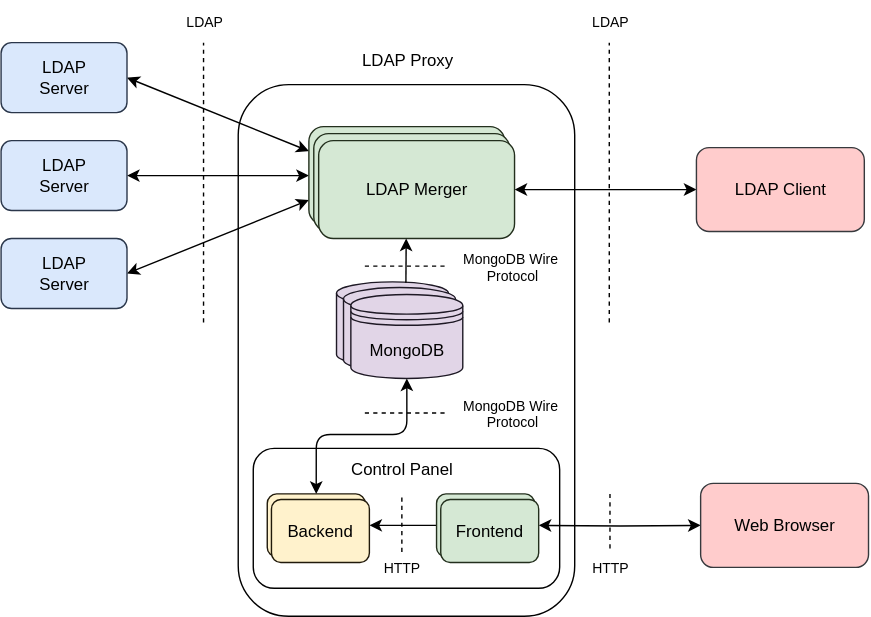
Before: reports/arch.drawio.svg, a diagram exported from draw.io (eutampieri/ldap-proxy). Source tidied: cells renumbered, new cells last; positions are measured from the earlier drawing's top-left corner, leaving out a move shared by most shapes. Source of this version:
```xml
<mxGraphModel>
  <root>
    <mxCell id="0" />
    <mxCell id="1" parent="0" />
    <mxCell id="2" style="rounded=1;whiteSpace=wrap;html=1;" parent="1" vertex="1">
      <mxGeometry x="169.5" y="60" width="240.5" height="380" as="geometry" />
    </mxCell>
    <mxCell id="3" style="shape=cylinder3;whiteSpace=wrap;html=1;boundedLbl=1;backgroundOutline=1;size=8.16664632161465;fillColor=#e1d5e7;strokeColor=#1E1925;" parent="1" vertex="1">
      <mxGeometry x="239.8" y="201" width="80" height="60" as="geometry" />
    </mxCell>
    <mxCell id="4" style="shape=cylinder3;whiteSpace=wrap;html=1;boundedLbl=1;backgroundOutline=1;size=8.16664632161465;fillColor=#e1d5e7;strokeColor=#1E1925;" parent="1" vertex="1">
      <mxGeometry x="244.8" y="205" width="80" height="60" as="geometry" />
    </mxCell>
    <mxCell id="5" value="MongoDB" style="shape=datastore;whiteSpace=wrap;html=1;fillColor=#e1d5e7;strokeColor=#1E1925;" parent="1" vertex="1">
      <mxGeometry x="250" y="210" width="80" height="60" as="geometry" />
    </mxCell>
    <mxCell id="6" style="rounded=0;jettySize=auto;html=1;entryX=1;entryY=0.5;entryDx=0;entryDy=0;exitX=0;exitY=0.25;exitDx=0;exitDy=0;startArrow=classic;startFill=1;" parent="1" edge="1" source="9" target="10">
      <mxGeometry relative="1" as="geometry" />
    </mxCell>
    <mxCell id="7" style="edgeStyle=orthogonalEdgeStyle;rounded=0;jettySize=auto;html=1;entryX=1;entryY=0.5;entryDx=0;entryDy=0;startArrow=classic;startFill=1;" parent="1" edge="1" source="9" target="11">
      <mxGeometry relative="1" as="geometry" />
    </mxCell>
    <mxCell id="8" style="rounded=0;jettySize=auto;html=1;entryX=1;entryY=0.5;entryDx=0;entryDy=0;exitX=0;exitY=0.75;exitDx=0;exitDy=0;startArrow=classic;startFill=1;" parent="1" edge="1" source="9" target="12">
      <mxGeometry relative="1" as="geometry" />
    </mxCell>
    <mxCell id="9" value="LDAP Merger" style="rounded=1;whiteSpace=wrap;html=1;fillColor=#d5e8d4;strokeColor=#232F1D;" parent="1" vertex="1">
      <mxGeometry x="220" y="90" width="140" height="70" as="geometry" />
    </mxCell>
    <mxCell id="10" value="LDAP&lt;br&gt;Server" style="rounded=1;whiteSpace=wrap;html=1;fillColor=#dae8fc;strokeColor=#2B374B;" parent="1" vertex="1">
      <mxGeometry y="30" width="90" height="50" as="geometry" />
    </mxCell>
    <mxCell id="11" value="LDAP&lt;br&gt;Server" style="rounded=1;whiteSpace=wrap;html=1;fillColor=#dae8fc;strokeColor=#2B374B;" parent="1" vertex="1">
      <mxGeometry y="100" width="90" height="50" as="geometry" />
    </mxCell>
    <mxCell id="12" value="LDAP&lt;br&gt;Server" style="rounded=1;whiteSpace=wrap;html=1;fillColor=#dae8fc;strokeColor=#2B374B;" parent="1" vertex="1">
      <mxGeometry y="170" width="90" height="50" as="geometry" />
    </mxCell>
    <mxCell id="13" style="endArrow=none;dashed=1;html=1;rounded=0;" parent="1" edge="1">
      <mxGeometry relative="1" as="geometry">
        <mxPoint x="144.7" y="230" as="sourcePoint" />
        <mxPoint x="144.7" y="30" as="targetPoint" />
      </mxGeometry>
    </mxCell>
    <mxCell id="14" value="LDAP" style="text;html=1;align=center;verticalAlign=middle;strokeColor=none;fillColor=none;fontSize=10;" parent="1" vertex="1">
      <mxGeometry x="120" width="50" height="30" as="geometry" />
    </mxCell>
    <mxCell id="15" style="endArrow=none;dashed=1;html=1;rounded=0;" parent="1" edge="1">
      <mxGeometry relative="1" as="geometry">
        <mxPoint x="260" y="189.7" as="sourcePoint" />
        <mxPoint x="320" y="189.7" as="targetPoint" />
      </mxGeometry>
    </mxCell>
    <mxCell id="16" value="MongoDB Wire&amp;nbsp;&lt;div&gt;Protocol&lt;/div&gt;" style="text;html=1;align=center;verticalAlign=middle;strokeColor=none;fillColor=none;fontSize=10;" parent="1" vertex="1">
      <mxGeometry x="320" y="170" width="90" height="40" as="geometry" />
    </mxCell>
    <mxCell id="17" style="rounded=1;whiteSpace=wrap;html=1;" parent="1" vertex="1">
      <mxGeometry x="180.2" y="320" width="219" height="100" as="geometry" />
    </mxCell>
    <mxCell id="18" style="edgeStyle=orthogonalEdgeStyle;rounded=1;jettySize=auto;html=1;startArrow=classic;startFill=1;exitX=0.5;exitY=1;exitDx=0;exitDy=0;curved=0;entryX=0.5;entryY=0;entryDx=0;entryDy=0;" parent="1" edge="1" source="5" target="21">
      <mxGeometry relative="1" as="geometry">
        <Array as="points">
          <mxPoint x="290" y="310" />
          <mxPoint x="225" y="310" />
        </Array>
      </mxGeometry>
    </mxCell>
    <mxCell id="19" style="endArrow=none;dashed=1;html=1;rounded=0;" parent="1" edge="1">
      <mxGeometry relative="1" as="geometry">
        <mxPoint x="260" y="294.7" as="sourcePoint" />
        <mxPoint x="320" y="294.7" as="targetPoint" />
      </mxGeometry>
    </mxCell>
    <mxCell id="20" value="MongoDB Wire&amp;nbsp;&lt;div&gt;Protocol&lt;/div&gt;" style="text;html=1;align=center;verticalAlign=middle;strokeColor=none;fillColor=none;fontSize=10;" parent="1" vertex="1">
      <mxGeometry x="320" y="275" width="90" height="40" as="geometry" />
    </mxCell>
    <mxCell id="21" value="Backend" style="rounded=1;whiteSpace=wrap;html=1;fillColor=#fff2cc;strokeColor=#211A0B;" parent="1" vertex="1">
      <mxGeometry x="190.2" y="352.5" width="70" height="45" as="geometry" />
    </mxCell>
    <mxCell id="22" style="edgeStyle=orthogonalEdgeStyle;rounded=0;orthogonalLoop=1;jettySize=auto;html=1;" parent="1" edge="1">
      <mxGeometry relative="1" as="geometry">
        <mxPoint x="314.2" y="375" as="sourcePoint" />
        <mxPoint x="263.2" y="375" as="targetPoint" />
      </mxGeometry>
    </mxCell>
    <mxCell id="23" style="edgeStyle=orthogonalEdgeStyle;rounded=0;jettySize=auto;html=1;startArrow=classic;startFill=1;entryX=0;entryY=0.5;entryDx=0;entryDy=0;" parent="1" edge="1" target="28">
      <mxGeometry relative="1" as="geometry">
        <mxPoint x="384.2" y="375" as="sourcePoint" />
      </mxGeometry>
    </mxCell>
    <mxCell id="24" value="Frontend" style="rounded=1;whiteSpace=wrap;html=1;fillColor=#d5e8d4;strokeColor=#232F1D;" parent="1" vertex="1">
      <mxGeometry x="311.2" y="352.5" width="70" height="45" as="geometry" />
    </mxCell>
    <mxCell id="25" value="Control Panel" style="text;html=1;align=center;verticalAlign=middle;strokeColor=none;fillColor=none;" parent="1" vertex="1">
      <mxGeometry x="235.8" y="320" width="100" height="30" as="geometry" />
    </mxCell>
    <mxCell id="26" style="endArrow=none;dashed=1;html=1;rounded=0;" parent="1" edge="1">
      <mxGeometry relative="1" as="geometry">
        <mxPoint x="286.5" y="355.1" as="sourcePoint" />
        <mxPoint x="286.5" y="394.9" as="targetPoint" />
      </mxGeometry>
    </mxCell>
    <mxCell id="27" value="HTTP" style="text;html=1;align=center;verticalAlign=middle;strokeColor=none;fillColor=none;fontSize=10;" parent="1" vertex="1">
      <mxGeometry x="261.2" y="390" width="50" height="30" as="geometry" />
    </mxCell>
    <mxCell id="28" value="Web Browser" style="rounded=1;whiteSpace=wrap;html=1;fillColor=#ffcccc;strokeColor=#36393d;" parent="1" vertex="1">
      <mxGeometry x="500" y="345" width="120" height="60" as="geometry" />
    </mxCell>
    <mxCell id="29" style="edgeStyle=orthogonalEdgeStyle;rounded=0;jettySize=auto;html=1;startArrow=classic;startFill=1;" parent="1" edge="1" source="30">
      <mxGeometry relative="1" as="geometry">
        <mxPoint x="367" y="135" as="targetPoint" />
      </mxGeometry>
    </mxCell>
    <mxCell id="30" value="LDAP Client" style="rounded=1;whiteSpace=wrap;html=1;fillColor=#ffcccc;strokeColor=#36393d;" parent="1" vertex="1">
      <mxGeometry x="497" y="105" width="120" height="60" as="geometry" />
    </mxCell>
    <mxCell id="31" value="LDAP" style="text;html=1;align=center;verticalAlign=middle;strokeColor=none;fillColor=none;fontSize=10;" parent="1" vertex="1">
      <mxGeometry x="410" width="50" height="30" as="geometry" />
    </mxCell>
    <mxCell id="32" style="endArrow=none;dashed=1;html=1;rounded=0;" parent="1" edge="1">
      <mxGeometry relative="1" as="geometry">
        <mxPoint x="434.7" y="230" as="sourcePoint" />
        <mxPoint x="434.7" y="30" as="targetPoint" />
      </mxGeometry>
    </mxCell>
    <mxCell id="33" style="endArrow=none;dashed=1;html=1;rounded=0;" parent="1" edge="1">
      <mxGeometry relative="1" as="geometry">
        <mxPoint x="435.2" y="352.5" as="sourcePoint" />
        <mxPoint x="435.2" y="392.4" as="targetPoint" />
      </mxGeometry>
    </mxCell>
    <mxCell id="34" value="HTTP" style="text;html=1;align=center;verticalAlign=middle;strokeColor=none;fillColor=none;fontSize=10;" parent="1" vertex="1">
      <mxGeometry x="410" y="390" width="50" height="30" as="geometry" />
    </mxCell>
    <mxCell id="35" value="LDAP Proxy" style="text;html=1;align=center;verticalAlign=middle;strokeColor=none;fillColor=none;" parent="1" vertex="1">
      <mxGeometry x="245" y="28" width="90" height="30" as="geometry" />
    </mxCell>
    <mxCell id="36" value="LDAP Merger" style="rounded=1;whiteSpace=wrap;html=1;fillColor=#d5e8d4;strokeColor=#232F1D;" parent="1" vertex="1">
      <mxGeometry x="223.5" y="95" width="140" height="70" as="geometry" />
    </mxCell>
    <mxCell id="37" value="Backend" style="rounded=1;whiteSpace=wrap;html=1;fillColor=#fff2cc;strokeColor=#211A0B;" parent="1" vertex="1">
      <mxGeometry x="193.2" y="356.5" width="70" height="45" as="geometry" />
    </mxCell>
    <mxCell id="38" value="Frontend" style="rounded=1;whiteSpace=wrap;html=1;fillColor=#d5e8d4;strokeColor=#232F1D;" parent="1" vertex="1">
      <mxGeometry x="314.2" y="356.5" width="70" height="45" as="geometry" />
    </mxCell>
    <mxCell id="39" value="LDAP Merger" style="rounded=1;whiteSpace=wrap;html=1;fillColor=#d5e8d4;strokeColor=#232F1D;" parent="1" vertex="1">
      <mxGeometry x="227" y="100" width="140" height="70" as="geometry" />
    </mxCell>
    <mxCell id="40" style="endArrow=classic;startArrow=none;html=1;rounded=0;startFill=0;exitX=0.62;exitY=0.011;exitDx=0;exitDy=0;exitPerimeter=0;" parent="1" edge="1" source="3">
      <mxGeometry relative="1" as="geometry">
        <mxPoint x="289.6" y="170" as="targetPoint" />
      </mxGeometry>
    </mxCell>
  </root>
</mxGraphModel>
```
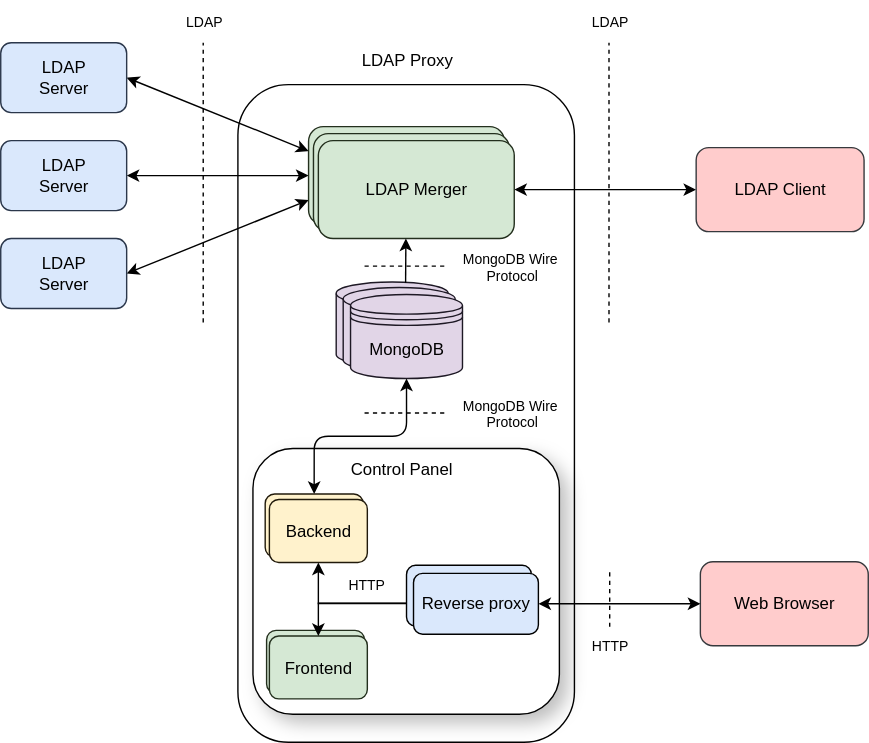
The same diagram one commit later.

Commit message:
Update diagram to show reverse proxy

What changed in the source:
```diff
@@ -3,7 +3,7 @@
     <mxCell id="0" />
     <mxCell id="1" parent="0" />
     <mxCell id="2" style="rounded=1;whiteSpace=wrap;html=1;" parent="1" vertex="1">
-      <mxGeometry x="169.5" y="60" width="240.5" height="380" as="geometry" />
+      <mxGeometry x="169.5" y="60" width="240.5" height="470" as="geometry" />
     </mxCell>
     <mxCell id="3" style="shape=cylinder3;whiteSpace=wrap;html=1;boundedLbl=1;backgroundOutline=1;size=8.16664632161465;fillColor=#e1d5e7;strokeColor=#1E1925;" parent="1" vertex="1">
       <mxGeometry x="239.8" y="201" width="80" height="60" as="geometry" />
@@ -53,16 +53,11 @@
     <mxCell id="16" value="MongoDB Wire&amp;nbsp;&lt;div&gt;Protocol&lt;/div&gt;" style="text;html=1;align=center;verticalAlign=middle;strokeColor=none;fillColor=none;fontSize=10;" parent="1" vertex="1">
       <mxGeometry x="320" y="170" width="90" height="40" as="geometry" />
     </mxCell>
-    <mxCell id="17" style="rounded=1;whiteSpace=wrap;html=1;" parent="1" vertex="1">
-      <mxGeometry x="180.2" y="320" width="219" height="100" as="geometry" />
+    <mxCell id="17" style="rounded=1;whiteSpace=wrap;html=1;fillColor=default;fillStyle=solid;shadow=1;shadowOffsetX=6;shadowOffsetY=6;shadowBlur=6;" parent="1" vertex="1">
+      <mxGeometry x="180.2" y="320" width="219" height="190" as="geometry" />
     </mxCell>
-    <mxCell id="18" style="edgeStyle=orthogonalEdgeStyle;rounded=1;jettySize=auto;html=1;startArrow=classic;startFill=1;exitX=0.5;exitY=1;exitDx=0;exitDy=0;curved=0;entryX=0.5;entryY=0;entryDx=0;entryDy=0;" parent="1" edge="1" source="5" target="21">
-      <mxGeometry relative="1" as="geometry">
-        <Array as="points">
-          <mxPoint x="290" y="310" />
-          <mxPoint x="225" y="310" />
-        </Array>
-      </mxGeometry>
+    <mxCell id="18" style="rounded=1;jettySize=auto;html=1;startArrow=classic;startFill=1;exitX=0.5;exitY=1;exitDx=0;exitDy=0;entryX=0.5;entryY=0;entryDx=0;entryDy=0;edgeStyle=orthogonalEdgeStyle;curved=0;" parent="1" edge="1" source="5" target="21">
+      <mxGeometry relative="1" as="geometry" />
     </mxCell>
     <mxCell id="19" style="endArrow=none;dashed=1;html=1;rounded=0;" parent="1" edge="1">
       <mxGeometry relative="1" as="geometry">
@@ -73,38 +68,12 @@
     <mxCell id="20" value="MongoDB Wire&amp;nbsp;&lt;div&gt;Protocol&lt;/div&gt;" style="text;html=1;align=center;verticalAlign=middle;strokeColor=none;fillColor=none;fontSize=10;" parent="1" vertex="1">
       <mxGeometry x="320" y="275" width="90" height="40" as="geometry" />
     </mxCell>
-    <mxCell id="21" value="Backend" style="rounded=1;whiteSpace=wrap;html=1;fillColor=#fff2cc;strokeColor=#211A0B;" parent="1" vertex="1">
-      <mxGeometry x="190.2" y="352.5" width="70" height="45" as="geometry" />
-    </mxCell>
-    <mxCell id="22" style="edgeStyle=orthogonalEdgeStyle;rounded=0;orthogonalLoop=1;jettySize=auto;html=1;" parent="1" edge="1">
-      <mxGeometry relative="1" as="geometry">
-        <mxPoint x="314.2" y="375" as="sourcePoint" />
-        <mxPoint x="263.2" y="375" as="targetPoint" />
-      </mxGeometry>
-    </mxCell>
-    <mxCell id="23" style="edgeStyle=orthogonalEdgeStyle;rounded=0;jettySize=auto;html=1;startArrow=classic;startFill=1;entryX=0;entryY=0.5;entryDx=0;entryDy=0;" parent="1" edge="1" target="28">
-      <mxGeometry relative="1" as="geometry">
-        <mxPoint x="384.2" y="375" as="sourcePoint" />
-      </mxGeometry>
-    </mxCell>
-    <mxCell id="24" value="Frontend" style="rounded=1;whiteSpace=wrap;html=1;fillColor=#d5e8d4;strokeColor=#232F1D;" parent="1" vertex="1">
-      <mxGeometry x="311.2" y="352.5" width="70" height="45" as="geometry" />
-    </mxCell>
     <mxCell id="25" value="Control Panel" style="text;html=1;align=center;verticalAlign=middle;strokeColor=none;fillColor=none;" parent="1" vertex="1">
       <mxGeometry x="235.8" y="320" width="100" height="30" as="geometry" />
     </mxCell>
-    <mxCell id="26" style="endArrow=none;dashed=1;html=1;rounded=0;" parent="1" edge="1">
-      <mxGeometry relative="1" as="geometry">
-        <mxPoint x="286.5" y="355.1" as="sourcePoint" />
-        <mxPoint x="286.5" y="394.9" as="targetPoint" />
-      </mxGeometry>
-    </mxCell>
     <mxCell id="27" value="HTTP" style="text;html=1;align=center;verticalAlign=middle;strokeColor=none;fillColor=none;fontSize=10;" parent="1" vertex="1">
-      <mxGeometry x="261.2" y="390" width="50" height="30" as="geometry" />
+      <mxGeometry x="235.8" y="401.5" width="50" height="30" as="geometry" />
     </mxCell>
-    <mxCell id="28" value="Web Browser" style="rounded=1;whiteSpace=wrap;html=1;fillColor=#ffcccc;strokeColor=#36393d;" parent="1" vertex="1">
-      <mxGeometry x="500" y="345" width="120" height="60" as="geometry" />
-    </mxCell>
     <mxCell id="29" style="edgeStyle=orthogonalEdgeStyle;rounded=0;jettySize=auto;html=1;startArrow=classic;startFill=1;" parent="1" edge="1" source="30">
       <mxGeometry relative="1" as="geometry">
         <mxPoint x="367" y="135" as="targetPoint" />
@@ -122,34 +91,81 @@
         <mxPoint x="434.7" y="30" as="targetPoint" />
       </mxGeometry>
     </mxCell>
+    <mxCell id="35" value="LDAP Proxy" style="text;html=1;align=center;verticalAlign=middle;strokeColor=none;fillColor=none;" parent="1" vertex="1">
+      <mxGeometry x="245" y="28" width="90" height="30" as="geometry" />
+    </mxCell>
+    <mxCell id="36" value="LDAP Merger" style="rounded=1;whiteSpace=wrap;html=1;fillColor=#d5e8d4;strokeColor=#232F1D;" parent="1" vertex="1">
+      <mxGeometry x="223.5" y="95" width="140" height="70" as="geometry" />
+    </mxCell>
+    <mxCell id="39" value="LDAP Merger" style="rounded=1;whiteSpace=wrap;html=1;fillColor=#d5e8d4;strokeColor=#232F1D;" parent="1" vertex="1">
+      <mxGeometry x="227" y="100" width="140" height="70" as="geometry" />
+    </mxCell>
+    <mxCell id="40" style="endArrow=classic;startArrow=none;html=1;rounded=0;startFill=0;exitX=0.62;exitY=0.011;exitDx=0;exitDy=0;exitPerimeter=0;" parent="1" edge="1" source="3">
+      <mxGeometry relative="1" as="geometry">
+        <mxPoint x="289.6" y="170" as="targetPoint" />
+      </mxGeometry>
+    </mxCell>
+    <mxCell id="41" style="group;" parent="1" vertex="1">
+      <mxGeometry x="193" y="450" width="73" height="49" as="geometry" />
+    </mxCell>
+    <mxCell id="42" style="group;" parent="41" vertex="1">
+      <mxGeometry x="-3" width="73" height="49" as="geometry" />
+    </mxCell>
+    <mxCell id="24" value="Frontend" style="rounded=1;whiteSpace=wrap;html=1;fillColor=#d5e8d4;strokeColor=#232F1D;" parent="42" vertex="1">
+      <mxGeometry width="70" height="45" as="geometry" />
+    </mxCell>
+    <mxCell id="38" value="Frontend" style="rounded=1;whiteSpace=wrap;html=1;fillColor=#d5e8d4;strokeColor=#232F1D;" parent="42" vertex="1">
+      <mxGeometry x="2" y="4" width="70" height="45" as="geometry" />
+    </mxCell>
+    <mxCell id="43" style="group;" parent="1" vertex="1">
+      <mxGeometry x="400" y="401" width="220" height="75" as="geometry" />
+    </mxCell>
+    <mxCell id="28" value="Web Browser" style="rounded=1;whiteSpace=wrap;html=1;fillColor=#ffcccc;strokeColor=#36393d;" parent="43" vertex="1">
+      <mxGeometry x="100" width="120" height="60" as="geometry" />
+    </mxCell>
-    <mxCell id="33" style="endArrow=none;dashed=1;html=1;rounded=0;" parent="1" edge="1">
+    <mxCell id="33" style="endArrow=none;dashed=1;html=1;rounded=0;" parent="43" edge="1">
       <mxGeometry relative="1" as="geometry">
-        <mxPoint x="435.2" y="352.5" as="sourcePoint" />
-        <mxPoint x="435.2" y="392.4" as="targetPoint" />
+        <mxPoint x="35.2" y="7.5" as="sourcePoint" />
+        <mxPoint x="35.2" y="47.4" as="targetPoint" />
       </mxGeometry>
     </mxCell>
-    <mxCell id="34" value="HTTP" style="text;html=1;align=center;verticalAlign=middle;strokeColor=none;fillColor=none;fontSize=10;" parent="1" vertex="1">
-      <mxGeometry x="410" y="390" width="50" height="30" as="geometry" />
+    <mxCell id="34" value="HTTP" style="text;html=1;align=center;verticalAlign=middle;strokeColor=none;fillColor=none;fontSize=10;" parent="43" vertex="1">
+      <mxGeometry x="10" y="45" width="50" height="30" as="geometry" />
     </mxCell>
-    <mxCell id="35" value="LDAP Proxy" style="text;html=1;align=center;verticalAlign=middle;strokeColor=none;fillColor=none;" parent="1" vertex="1">
-      <mxGeometry x="245" y="28" width="90" height="30" as="geometry" />
-    </mxCell>
-    <mxCell id="36" value="LDAP Merger" style="rounded=1;whiteSpace=wrap;html=1;fillColor=#d5e8d4;strokeColor=#232F1D;" parent="1" vertex="1">
-      <mxGeometry x="223.5" y="95" width="140" height="70" as="geometry" />
-    </mxCell>
+    <mxCell id="23" style="edgeStyle=orthogonalEdgeStyle;rounded=0;jettySize=auto;html=1;startArrow=classic;startFill=1;entryX=0;entryY=0.5;entryDx=0;entryDy=0;exitX=1;exitY=0.5;exitDx=0;exitDy=0;" parent="1" edge="1" source="46" target="28">
+      <mxGeometry relative="1" as="geometry" />
+    </mxCell>
+    <mxCell id="44" style="group;" parent="1" vertex="1">
+      <mxGeometry x="290" y="403.5" width="94.2" height="49.2" as="geometry" />
+    </mxCell>
+    <mxCell id="45" style="rounded=1;whiteSpace=wrap;html=1;fillColor=#dae8fc;strokeColor=light-dark(#000000, #5c79a3);" parent="44" vertex="1">
+      <mxGeometry width="89.2" height="43.5" as="geometry" />
+    </mxCell>
+    <mxCell id="46" value="Reverse proxy" style="rounded=1;whiteSpace=wrap;html=1;fillColor=#dae8fc;strokeColor=light-dark(#000000, #5c79a3);" parent="44" vertex="1">
+      <mxGeometry x="5" y="5.8" width="89.2" height="43.5" as="geometry" />
+    </mxCell>
+    <mxCell id="47" style="edgeStyle=orthogonalEdgeStyle;rounded=0;jettySize=auto;html=1;exitX=0.001;exitY=0.628;exitDx=0;exitDy=0;exitPerimeter=0;" parent="1" edge="1" source="45" target="37">
+      <mxGeometry relative="1" as="geometry">
+        <Array as="points">
+          <mxPoint x="227" y="431" />
+        </Array>
+      </mxGeometry>
+    </mxCell>
+    <mxCell id="48" style="edgeStyle=orthogonalEdgeStyle;rounded=0;jettySize=auto;html=1;exitX=0.001;exitY=0.623;exitDx=0;exitDy=0;exitPerimeter=0;" parent="1" edge="1" source="45" target="38">
+      <mxGeometry relative="1" as="geometry">
+        <Array as="points">
+          <mxPoint x="227" y="431" />
+        </Array>
+      </mxGeometry>
+    </mxCell>
+    <mxCell id="49" style="group;" parent="1" vertex="1">
+      <mxGeometry x="189" y="352.5" width="73" height="49" as="geometry" />
+    </mxCell>
+    <mxCell id="21" value="Backend" style="rounded=1;whiteSpace=wrap;html=1;fillColor=#fff2cc;strokeColor=#211A0B;" parent="49" vertex="1">
+      <mxGeometry width="70" height="45" as="geometry" />
+    </mxCell>
-    <mxCell id="37" value="Backend" style="rounded=1;whiteSpace=wrap;html=1;fillColor=#fff2cc;strokeColor=#211A0B;" parent="1" vertex="1">
-      <mxGeometry x="193.2" y="356.5" width="70" height="45" as="geometry" />
+    <mxCell id="37" value="Backend" style="rounded=1;whiteSpace=wrap;html=1;fillColor=#fff2cc;strokeColor=#211A0B;" parent="49" vertex="1">
+      <mxGeometry x="3" y="4" width="70" height="45" as="geometry" />
     </mxCell>
-    <mxCell id="38" value="Frontend" style="rounded=1;whiteSpace=wrap;html=1;fillColor=#d5e8d4;strokeColor=#232F1D;" parent="1" vertex="1">
-      <mxGeometry x="314.2" y="356.5" width="70" height="45" as="geometry" />
-    </mxCell>
-    <mxCell id="39" value="LDAP Merger" style="rounded=1;whiteSpace=wrap;html=1;fillColor=#d5e8d4;strokeColor=#232F1D;" parent="1" vertex="1">
-      <mxGeometry x="227" y="100" width="140" height="70" as="geometry" />
-    </mxCell>
-    <mxCell id="40" style="endArrow=classic;startArrow=none;html=1;rounded=0;startFill=0;exitX=0.62;exitY=0.011;exitDx=0;exitDy=0;exitPerimeter=0;" parent="1" edge="1" source="3">
-      <mxGeometry relative="1" as="geometry">
-        <mxPoint x="289.6" y="170" as="targetPoint" />
-      </mxGeometry>
-    </mxCell>
   </root>
 </mxGraphModel>
```
